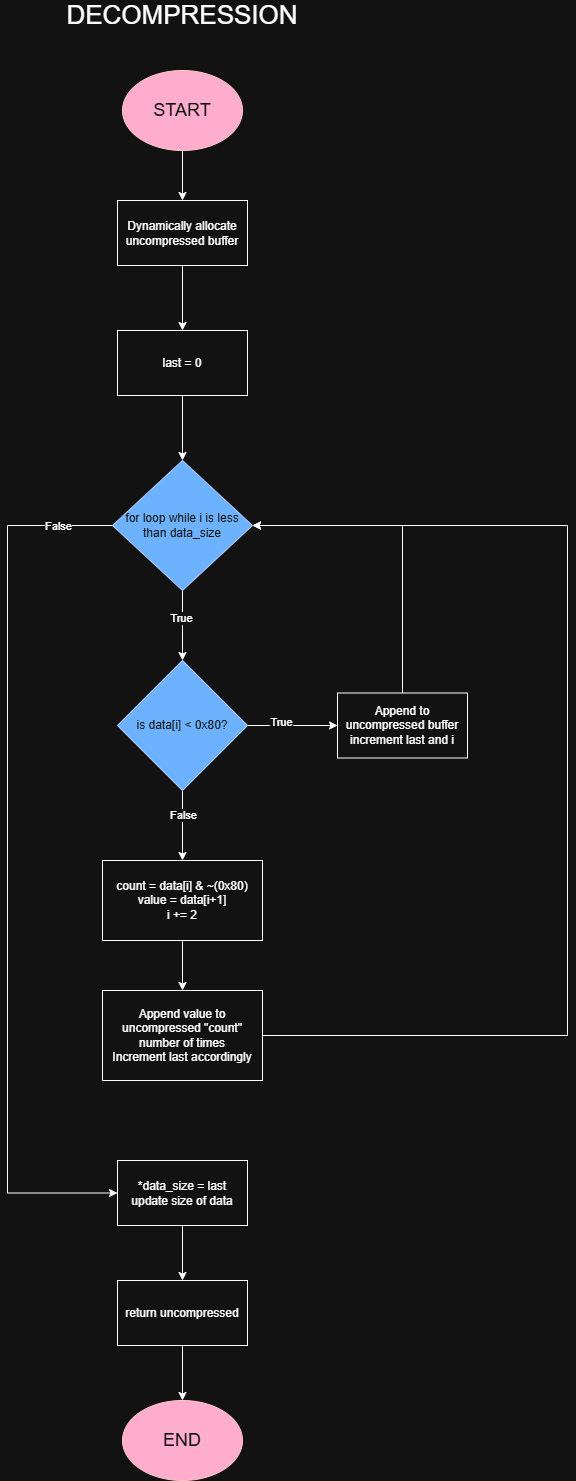
The draw.io diagram doc/decompression_garmin.drawio.png in Captiosus510/compression_garmin, before a commit. Source tidied: cells renumbered, new cells last; positions are measured from the earlier drawing's top-left corner, leaving out a move shared by most shapes.
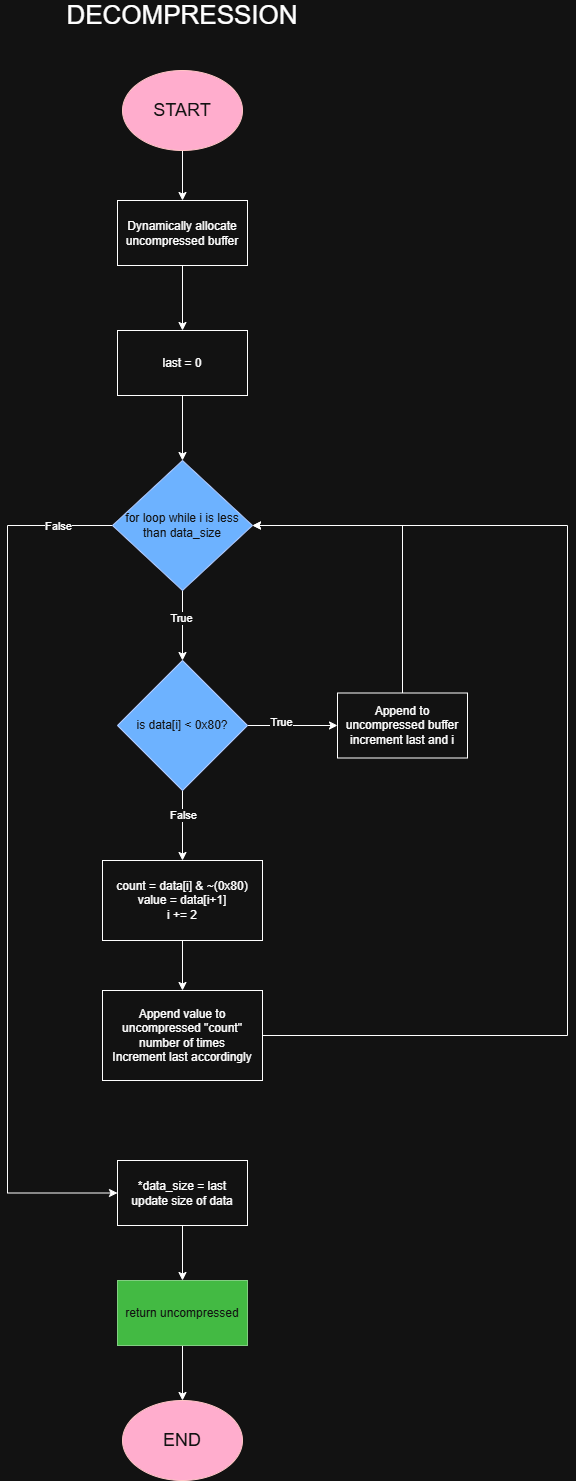
After the commit.

Diff of the diagram source:
```diff
@@ -87,7 +87,7 @@
     <mxCell id="26" style="edgeStyle=orthogonalEdgeStyle;rounded=0;jettySize=auto;html=1;exitX=0.5;exitY=1;exitDx=0;exitDy=0;entryX=0.5;entryY=0;entryDx=0;entryDy=0;" parent="1" edge="1" source="27" target="28">
       <mxGeometry relative="1" as="geometry" />
     </mxCell>
-    <mxCell id="27" value="return uncompressed" style="rounded=0;whiteSpace=wrap;html=1;" parent="1" vertex="1">
+    <mxCell id="27" value="return uncompressed" style="rounded=0;whiteSpace=wrap;html=1;fillColor=#008a00;fontColor=#ffffff;strokeColor=#005700;" parent="1" vertex="1">
       <mxGeometry x="110" y="1280" width="130" height="65" as="geometry" />
     </mxCell>
     <mxCell id="28" value="&lt;font style=&quot;font-size: 18px;&quot;&gt;END&lt;/font&gt;" style="ellipse;whiteSpace=wrap;html=1;fillColor=#a20025;fontColor=#ffffff;strokeColor=#6F0000;" parent="1" vertex="1">
```
